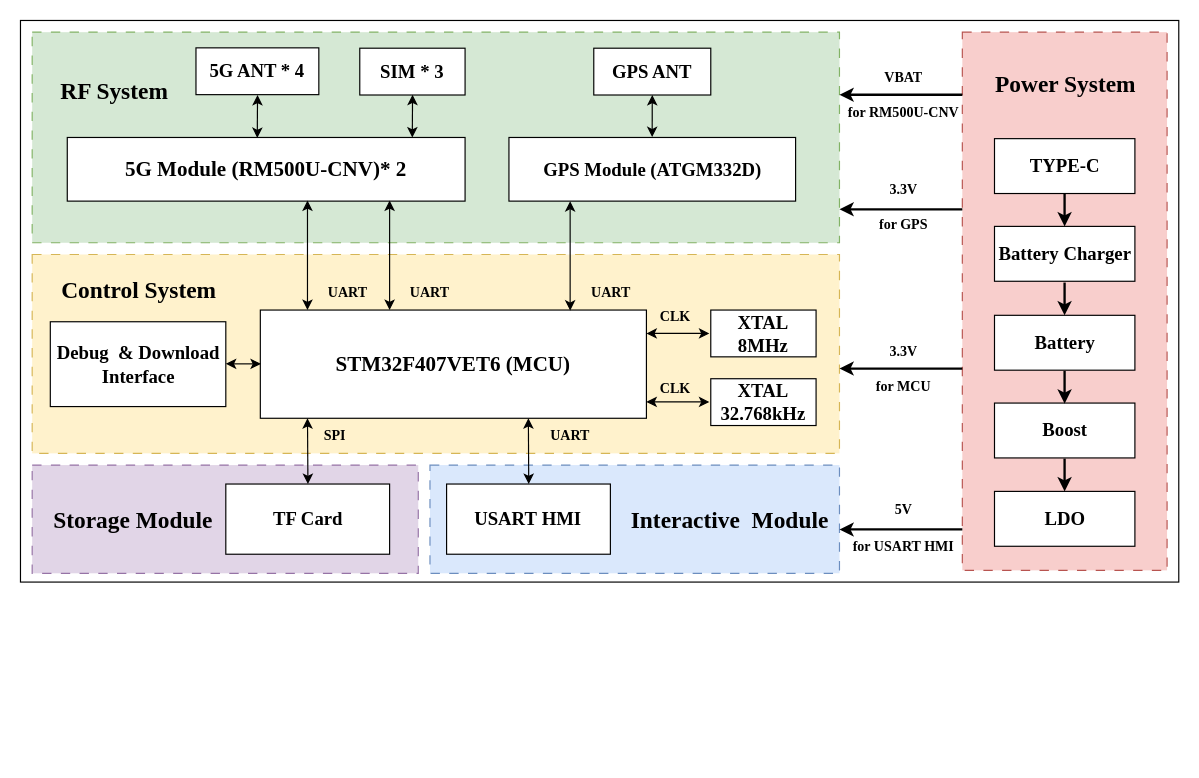
zeandon/draw.io keeps this draw.io diagram as Passer_V3.0整体框图.drawio. Above is the earlier version. Source tidied: cells renumbered, new cells numbered last; positions are measured from the earlier drawing's top-left corner, leaving out a move shared by most shapes. Both pictures are drawn from the tidied source at 117%, with x=0, y=0 at pixel (20, 20).
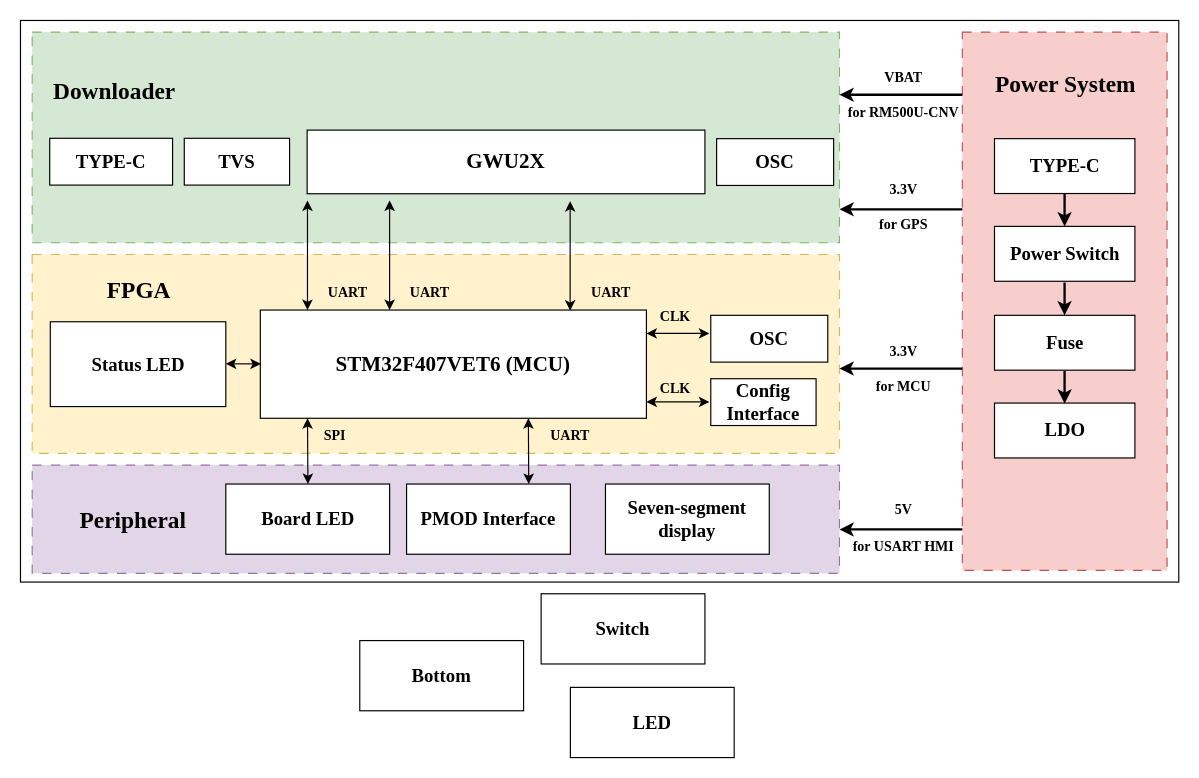
The same page after the edit.

Commit message (it also covers changes not shown here):
更新Passer_V3.0整体框图.drawio

The edit, as a diff of the source:
```diff
@@
-    <mxCell id="3" style="rounded=0;whiteSpace=wrap;html=1;fontStyle=1;fontFamily=Times New Roman;fontSize=16;dashed=1;dashPattern=8 8;fillColor=#dae8fc;strokeColor=#6c8ebf;" parent="1" vertex="1">
-      <mxGeometry x="350" y="380" width="350" height="92.5" as="geometry" />
-    </mxCell>
     <mxCell id="4" style="rounded=0;whiteSpace=wrap;html=1;fontStyle=1;fontFamily=Times New Roman;fontSize=16;dashed=1;dashPattern=8 8;fillColor=#e1d5e7;strokeColor=#9673a6;" parent="1" vertex="1">
-      <mxGeometry x="10" y="380" width="330" height="92.5" as="geometry" />
+      <mxGeometry x="10" y="380" width="690" height="92.5" as="geometry" />
     </mxCell>
@@
-    <mxCell id="8" value="&lt;font&gt;Control System&lt;/font&gt;" style="text;strokeColor=none;fillColor=none;html=1;fontSize=20;fontStyle=1;verticalAlign=middle;align=center;fontFamily=Times New Roman;" parent="1" vertex="1">
+    <mxCell id="8" value="&lt;font&gt;FPGA&lt;/font&gt;" style="text;strokeColor=none;fillColor=none;html=1;fontSize=20;fontStyle=1;verticalAlign=middle;align=center;fontFamily=Times New Roman;" parent="1" vertex="1">
       <mxGeometry x="30" y="210" width="141" height="40" as="geometry" />
     </mxCell>
-    <mxCell id="9" value="&lt;span&gt;RF System&lt;/span&gt;" style="text;strokeColor=none;fillColor=none;html=1;fontSize=20;fontStyle=1;verticalAlign=middle;align=center;fontFamily=Times New Roman;" parent="1" vertex="1">
+    <mxCell id="9" value="Downloader" style="text;strokeColor=none;fillColor=none;html=1;fontSize=20;fontStyle=1;verticalAlign=middle;align=center;fontFamily=Times New Roman;" parent="1" vertex="1">
       <mxGeometry x="30" y="40" width="100" height="40" as="geometry" />
     </mxCell>
-    <mxCell id="10" value="5G&amp;nbsp;&lt;span style=&quot;background-color: transparent; color: light-dark(rgb(0, 0, 0), rgb(255, 255, 255));&quot;&gt;Module&lt;/span&gt;&lt;span style=&quot;color: light-dark(rgb(0, 0, 0), rgb(255, 255, 255)); background-color: transparent;&quot;&gt;&amp;nbsp;(&lt;/span&gt;RM500U-CNV)&lt;span style=&quot;background-color: transparent; color: light-dark(rgb(0, 0, 0), rgb(255, 255, 255));&quot;&gt;* 2&lt;/span&gt;" style="rounded=0;whiteSpace=wrap;html=1;fontStyle=1;fontFamily=Times New Roman;fontSize=18;" parent="1" vertex="1">
-      <mxGeometry x="40" y="100" width="340" height="54.4" as="geometry" />
+    <mxCell id="10" value="GWU2X" style="rounded=0;whiteSpace=wrap;html=1;fontStyle=1;fontFamily=Times New Roman;fontSize=18;" parent="1" vertex="1">
+      <mxGeometry x="245" y="93.7" width="340" height="54.4" as="geometry" />
     </mxCell>
@@
-    <mxCell id="13" value="5G ANT * 4" style="rounded=0;whiteSpace=wrap;html=1;fontStyle=1;fontFamily=Times New Roman;fontSize=16;" parent="1" vertex="1">
-      <mxGeometry x="150" y="23.4" width="105" height="40" as="geometry" />
+    <mxCell id="13" value="TYPE-C" style="rounded=0;whiteSpace=wrap;html=1;fontStyle=1;fontFamily=Times New Roman;fontSize=16;" parent="1" vertex="1">
+      <mxGeometry x="25" y="100.7" width="105" height="40" as="geometry" />
     </mxCell>
@@
-    <mxCell id="15" value="&lt;span style=&quot;background-color: transparent; color: light-dark(rgb(0, 0, 0), rgb(255, 255, 255));&quot;&gt;XTAL&lt;br&gt;8MHz&lt;/span&gt;" style="rounded=0;whiteSpace=wrap;html=1;fontStyle=1;fontFamily=Times New Roman;fontSize=16;" parent="1" vertex="1">
-      <mxGeometry x="590" y="247.5" width="90" height="40" as="geometry" />
-    </mxCell>
-    <mxCell id="16" value="Debug&amp;nbsp; &amp;amp; Download Interface" style="rounded=0;whiteSpace=wrap;html=1;fontStyle=1;fontFamily=Times New Roman;fontSize=16;" parent="1" vertex="1">
+    <mxCell id="16" value="Status LED" style="rounded=0;whiteSpace=wrap;html=1;fontStyle=1;fontFamily=Times New Roman;fontSize=16;" parent="1" vertex="1">
       <mxGeometry x="25.5" y="257.5" width="150" height="72.5" as="geometry" />
     </mxCell>
-    <mxCell id="17" value="USART&amp;nbsp;&lt;span style=&quot;background-color: transparent; color: light-dark(rgb(0, 0, 0), rgb(255, 255, 255));&quot;&gt;HMI&lt;/span&gt;" style="rounded=0;whiteSpace=wrap;html=1;fontStyle=1;fontFamily=Times New Roman;fontSize=16;" parent="1" vertex="1">
-      <mxGeometry x="364.2" y="396.2" width="140" height="60" as="geometry" />
-    </mxCell>
@@
-    <mxCell id="19" value="Battery Charger" style="rounded=0;whiteSpace=wrap;html=1;fontStyle=1;fontFamily=Times New Roman;fontSize=16;" parent="1" vertex="1">
+    <mxCell id="19" value="Power Switch" style="rounded=0;whiteSpace=wrap;html=1;fontStyle=1;fontFamily=Times New Roman;fontSize=16;" parent="1" vertex="1">
       <mxGeometry x="832.5" y="176" width="120" height="46.9" as="geometry" />
     </mxCell>
-    <mxCell id="20" value="Boost" style="rounded=0;whiteSpace=wrap;html=1;fontStyle=1;fontFamily=Times New Roman;fontSize=16;" parent="1" vertex="1">
+    <mxCell id="20" value="LDO" style="rounded=0;whiteSpace=wrap;html=1;fontStyle=1;fontFamily=Times New Roman;fontSize=16;" parent="1" vertex="1">
       <mxGeometry x="832.5" y="327" width="120" height="46.9" as="geometry" />
     </mxCell>
-    <mxCell id="21" value="LDO" style="rounded=0;whiteSpace=wrap;html=1;fontStyle=1;fontFamily=Times New Roman;fontSize=16;" parent="1" vertex="1">
-      <mxGeometry x="832.5" y="402.5" width="120" height="46.9" as="geometry" />
-    </mxCell>
-    <mxCell id="22" value="Battery" style="rounded=0;whiteSpace=wrap;html=1;fontStyle=1;fontFamily=Times New Roman;fontSize=16;" parent="1" vertex="1">
+    <mxCell id="22" value="Fuse" style="rounded=0;whiteSpace=wrap;html=1;fontStyle=1;fontFamily=Times New Roman;fontSize=16;" parent="1" vertex="1">
       <mxGeometry x="832.5" y="252" width="120" height="46.9" as="geometry" />
     </mxCell>
-    <mxCell id="23" value="SIM * 3" style="rounded=0;whiteSpace=wrap;html=1;fontStyle=1;fontFamily=Times New Roman;fontSize=16;" parent="1" vertex="1">
-      <mxGeometry x="290" y="23.7" width="90" height="40" as="geometry" />
+    <mxCell id="23" value="TVS" style="rounded=0;whiteSpace=wrap;html=1;fontStyle=1;fontFamily=Times New Roman;fontSize=16;" parent="1" vertex="1">
+      <mxGeometry x="140" y="100.7" width="90" height="40" as="geometry" />
     </mxCell>
-    <mxCell id="24" value="TF Card" style="rounded=0;whiteSpace=wrap;html=1;fontStyle=1;fontFamily=Times New Roman;fontSize=16;" parent="1" vertex="1">
+    <mxCell id="24" value="Board LED" style="rounded=0;whiteSpace=wrap;html=1;fontStyle=1;fontFamily=Times New Roman;fontSize=16;" parent="1" vertex="1">
       <mxGeometry x="175.5" y="396.2" width="140" height="60" as="geometry" />
     </mxCell>
@@
-    <mxCell id="33" value="&lt;div&gt;&lt;div class=&quot;old-record-id-EkiNdZjjBor4kKx9q06cBJtBn5e&quot;&gt;&lt;span style=&quot;background-color: transparent; color: light-dark(rgb(0, 0, 0), rgb(255, 255, 255));&quot;&gt;GPS Module (&lt;/span&gt;&lt;span style=&quot;background-color: transparent; color: light-dark(rgb(0, 0, 0), rgb(255, 255, 255));&quot;&gt;ATGM332D&lt;/span&gt;&lt;span style=&quot;background-color: transparent; color: light-dark(rgb(0, 0, 0), rgb(255, 255, 255));&quot;&gt;)&lt;/span&gt;&lt;/div&gt;&lt;/div&gt;" style="rounded=0;whiteSpace=wrap;html=1;fontStyle=1;fontFamily=Times New Roman;fontSize=16;" parent="1" vertex="1">
-      <mxGeometry x="417.5" y="100" width="245" height="54.4" as="geometry" />
-    </mxCell>
-    <mxCell id="34" value="GPS ANT" style="rounded=0;whiteSpace=wrap;html=1;fontStyle=1;fontFamily=Times New Roman;fontSize=16;" parent="1" vertex="1">
-      <mxGeometry x="490" y="23.7" width="100" height="40" as="geometry" />
+    <mxCell id="34" value="OSC" style="rounded=0;whiteSpace=wrap;html=1;fontStyle=1;fontFamily=Times New Roman;fontSize=16;" parent="1" vertex="1">
+      <mxGeometry x="595" y="101" width="100" height="40" as="geometry" />
     </mxCell>
@@
-    <mxCell id="39" style="endArrow=classic;startArrow=classic;html=1;rounded=0;fontFamily=Times New Roman;entryX=0.5;entryY=1;entryDx=0;entryDy=0;" parent="1" edge="1" target="34">
-      <mxGeometry relative="1" as="geometry">
-        <mxPoint x="539.9" y="99.7" as="sourcePoint" />
-      </mxGeometry>
-    </mxCell>
@@
-    <mxCell id="45" value="&lt;span style=&quot;background-color: transparent; color: light-dark(rgb(0, 0, 0), rgb(255, 255, 255));&quot;&gt;XTAL&lt;br&gt;32.768kHz&lt;/span&gt;" style="rounded=0;whiteSpace=wrap;html=1;fontStyle=1;fontFamily=Times New Roman;fontSize=16;" parent="1" vertex="1">
+    <mxCell id="45" value="Config Interface" style="rounded=0;whiteSpace=wrap;html=1;fontStyle=1;fontFamily=Times New Roman;fontSize=16;" parent="1" vertex="1">
       <mxGeometry x="590" y="306.2" width="90" height="40" as="geometry" />
     </mxCell>
@@
-    <mxCell id="48" value="&lt;font&gt;&lt;span style=&quot;background-color: transparent; color: light-dark(rgb(0, 0, 0), rgb(255, 255, 255));&quot;&gt;Storage&lt;/span&gt;&amp;nbsp;Module&lt;/font&gt;" style="text;strokeColor=none;fillColor=none;html=1;fontSize=20;fontStyle=1;verticalAlign=middle;align=center;fontFamily=Times New Roman;" parent="1" vertex="1">
+    <mxCell id="48" value="Peripheral" style="text;strokeColor=none;fillColor=none;html=1;fontSize=20;fontStyle=1;verticalAlign=middle;align=center;fontFamily=Times New Roman;" parent="1" vertex="1">
       <mxGeometry x="25.5" y="406.2" width="141" height="40" as="geometry" />
     </mxCell>
-    <mxCell id="49" value="&lt;font&gt;&lt;span style=&quot;background-color: transparent; color: light-dark(rgb(0, 0, 0), rgb(255, 255, 255));&quot;&gt;Interactive&lt;/span&gt;&amp;nbsp; Module&lt;/font&gt;" style="text;strokeColor=none;fillColor=none;html=1;fontSize=20;fontStyle=1;verticalAlign=middle;align=center;fontFamily=Times New Roman;" parent="1" vertex="1">
-      <mxGeometry x="535" y="405.9" width="141" height="40" as="geometry" />
-    </mxCell>
@@
-    <mxCell id="58" style="endArrow=none;startArrow=classic;html=1;rounded=0;endFill=0;strokeWidth=2;fontFamily=Times New Roman;entryX=0.5;entryY=1;entryDx=0;entryDy=0;exitX=0.5;exitY=0;exitDx=0;exitDy=0;" parent="1" edge="1">
-      <mxGeometry relative="1" as="geometry">
-        <mxPoint x="892.4" y="402.5" as="sourcePoint" />
-        <mxPoint x="892.4" y="374.5" as="targetPoint" />
-      </mxGeometry>
-    </mxCell>
-    <mxCell id="59" style="endArrow=classic;startArrow=classic;html=1;rounded=0;fontFamily=Times New Roman;entryX=0.5;entryY=1;entryDx=0;entryDy=0;" parent="1" edge="1">
-      <mxGeometry relative="1" as="geometry">
-        <mxPoint x="334.9" y="100.1" as="sourcePoint" />
-        <mxPoint x="335.1" y="63.4" as="targetPoint" />
-      </mxGeometry>
-    </mxCell>
-    <mxCell id="60" style="endArrow=classic;startArrow=classic;html=1;rounded=0;fontFamily=Times New Roman;entryX=0.5;entryY=1;entryDx=0;entryDy=0;" parent="1" edge="1">
-      <mxGeometry relative="1" as="geometry">
-        <mxPoint x="202.4" y="100.4" as="sourcePoint" />
-        <mxPoint x="202.6" y="63.7" as="targetPoint" />
-      </mxGeometry>
-    </mxCell>
@@
+    <mxCell id="63" value="OSC" style="rounded=0;whiteSpace=wrap;html=1;fontStyle=1;fontFamily=Times New Roman;fontSize=16;" parent="1" vertex="1">
+      <mxGeometry x="590" y="252" width="100" height="40" as="geometry" />
+    </mxCell>
+    <mxCell id="64" value="PMOD Interface" style="rounded=0;whiteSpace=wrap;html=1;fontStyle=1;fontFamily=Times New Roman;fontSize=16;" parent="1" vertex="1">
+      <mxGeometry x="330" y="396.2" width="140" height="60" as="geometry" />
+    </mxCell>
+    <mxCell id="65" value="Seven-segment display" style="rounded=0;whiteSpace=wrap;html=1;fontStyle=1;fontFamily=Times New Roman;fontSize=16;" parent="1" vertex="1">
+      <mxGeometry x="500" y="396.2" width="140" height="60" as="geometry" />
+    </mxCell>
+    <mxCell id="66" value="Switch" style="rounded=0;whiteSpace=wrap;html=1;fontStyle=1;fontFamily=Times New Roman;fontSize=16;" parent="1" vertex="1">
+      <mxGeometry x="445" y="490" width="140" height="60" as="geometry" />
+    </mxCell>
+    <mxCell id="67" value="Bottom" style="rounded=0;whiteSpace=wrap;html=1;fontStyle=1;fontFamily=Times New Roman;fontSize=16;" parent="1" vertex="1">
+      <mxGeometry x="290" y="530" width="140" height="60" as="geometry" />
+    </mxCell>
+    <mxCell id="68" value="LED" style="rounded=0;whiteSpace=wrap;html=1;fontStyle=1;fontFamily=Times New Roman;fontSize=16;" parent="1" vertex="1">
+      <mxGeometry x="470" y="570" width="140" height="60" as="geometry" />
+    </mxCell>
```
